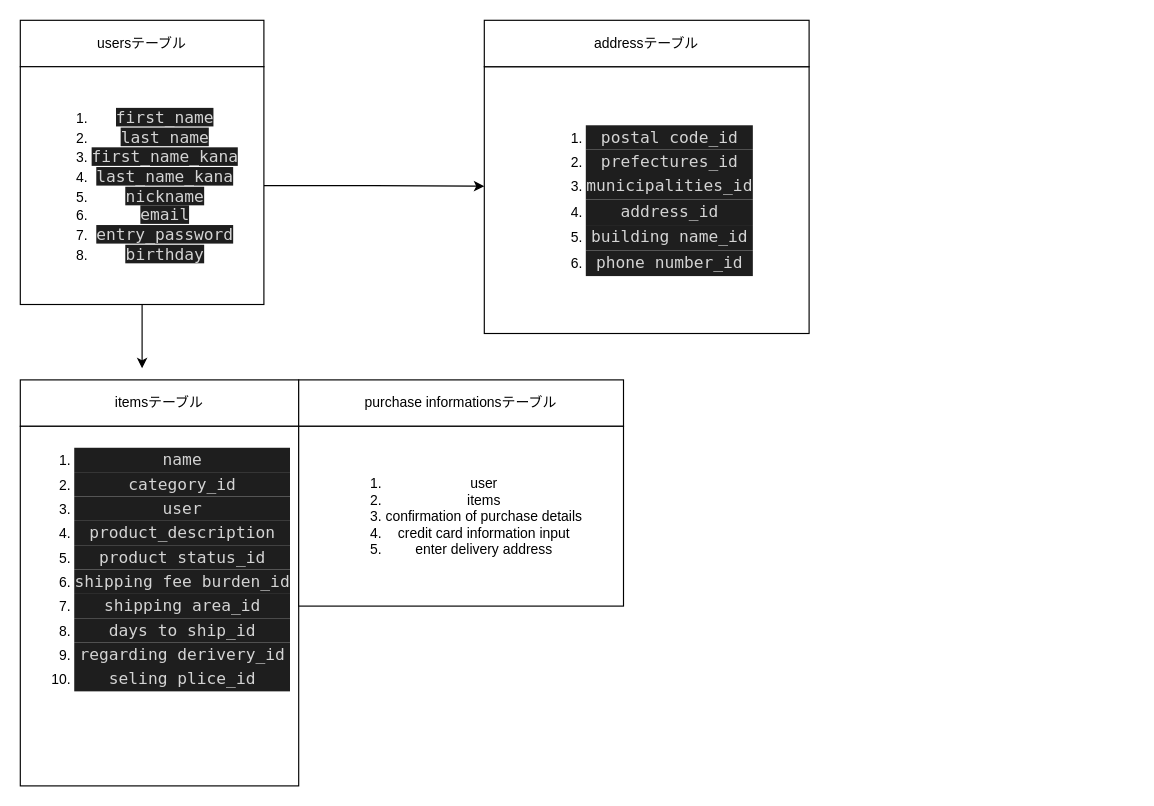
Before: test.dio in ma1sa007/furima-31981, a draw.io diagram. Source tidied: cells renumbered, new cells numbered last; positions are measured from the earlier drawing's top-left corner, leaving out a move shared by most shapes. Both pictures are drawn from the tidied source at 116%, with x=0, y=0 at pixel (20, 20).
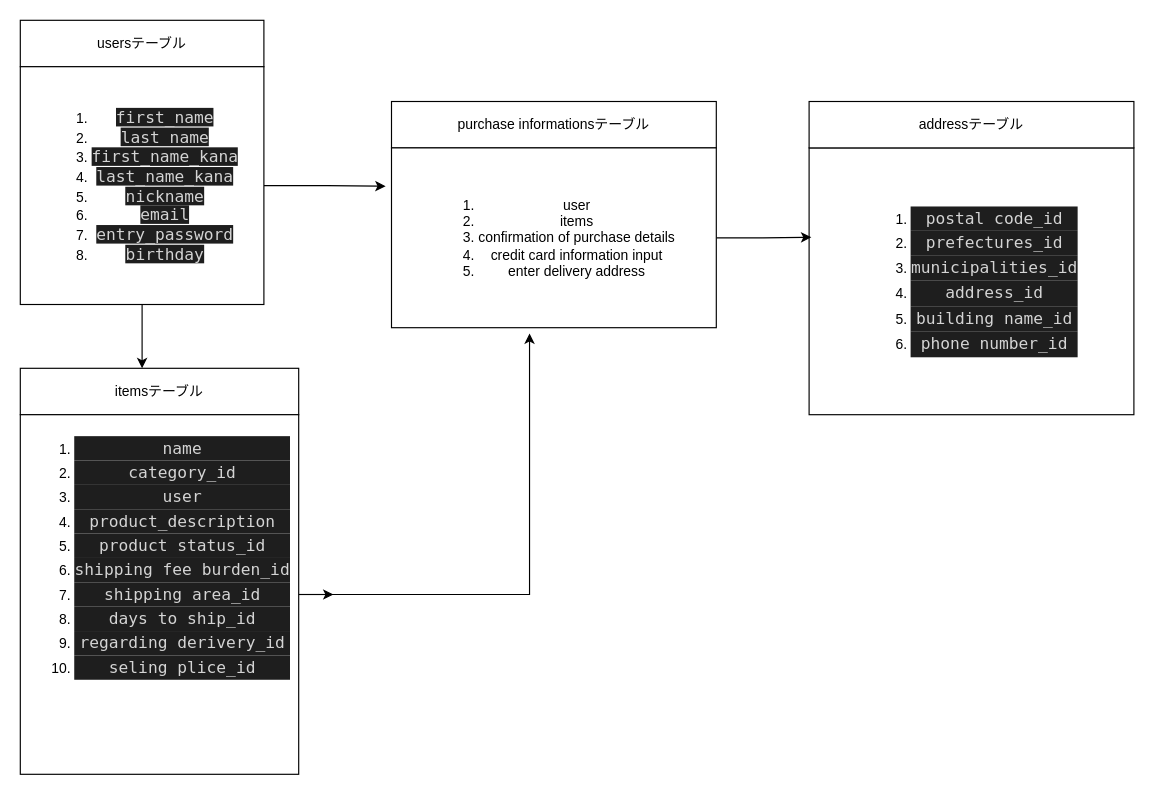
After the change.

Commit message:
テーブル設計１２

What changed in the source:
```diff
@@
 <mxGraphModel>
   <root>
     <mxCell id="0" />
     <mxCell id="1" parent="0" />
     <mxCell id="2" style="edgeStyle=orthogonalEdgeStyle;rounded=0;jettySize=auto;html=1;" parent="1" edge="1" source="3" target="6">
       <mxGeometry relative="1" as="geometry" />
     </mxCell>
     <mxCell id="3" value="usersテーブル" style="rounded=0;whiteSpace=wrap;html=1;sketch=0;" parent="1" vertex="1">
       <mxGeometry width="210" height="40" as="geometry" />
     </mxCell>
     <mxCell id="4" style="edgeStyle=orthogonalEdgeStyle;rounded=0;jettySize=auto;html=1;" parent="1" edge="1" source="6">
       <mxGeometry relative="1" as="geometry">
         <mxPoint x="105" y="300" as="targetPoint" />
       </mxGeometry>
     </mxCell>
-    <mxCell id="5" style="edgeStyle=orthogonalEdgeStyle;rounded=0;jettySize=auto;html=1;entryX=0;entryY=0.448;entryDx=0;entryDy=0;entryPerimeter=0;" parent="1" edge="1" source="6" target="9">
-      <mxGeometry relative="1" as="geometry" />
-    </mxCell>
+    <mxCell id="13" style="edgeStyle=orthogonalEdgeStyle;rounded=0;jettySize=auto;html=1;entryX=-0.018;entryY=0.213;entryDx=0;entryDy=0;entryPerimeter=0;" parent="1" edge="1" source="6" target="12">
+      <mxGeometry relative="1" as="geometry" />
+    </mxCell>
     <mxCell id="6" value="&lt;ol&gt;&lt;li&gt;&lt;font color=&quot;#d4d4d4&quot; face=&quot;ricty diminished, menlo, monaco, courier new, monospace&quot;&gt;&lt;span style=&quot;font-size: 14px ; background-color: rgb(30 , 30 , 30)&quot;&gt;first_name&lt;/span&gt;&lt;/font&gt;&lt;/li&gt;&lt;li&gt;&lt;font color=&quot;#d4d4d4&quot; face=&quot;ricty diminished, menlo, monaco, courier new, monospace&quot;&gt;&lt;span style=&quot;font-size: 14px ; background-color: rgb(30 , 30 , 30)&quot;&gt;last_name&lt;/span&gt;&lt;/font&gt;&lt;/li&gt;&lt;li&gt;&lt;font color=&quot;#d4d4d4&quot; face=&quot;ricty diminished, menlo, monaco, courier new, monospace&quot;&gt;&lt;span style=&quot;font-size: 14px ; background-color: rgb(30 , 30 , 30)&quot;&gt;first_name_kana&lt;/span&gt;&lt;/font&gt;&lt;/li&gt;&lt;li&gt;&lt;font color=&quot;#d4d4d4&quot; face=&quot;ricty diminished, menlo, monaco, courier new, monospace&quot;&gt;&lt;span style=&quot;font-size: 14px ; background-color: rgb(30 , 30 , 30)&quot;&gt;last_name_kana&lt;/span&gt;&lt;/font&gt;&lt;/li&gt;&lt;li&gt;&lt;font color=&quot;#d4d4d4&quot; face=&quot;ricty diminished, menlo, monaco, courier new, monospace&quot;&gt;&lt;span style=&quot;font-size: 14px ; background-color: rgb(30 , 30 , 30)&quot;&gt;nickname&lt;/span&gt;&lt;/font&gt;&lt;/li&gt;&lt;li&gt;&lt;font color=&quot;#d4d4d4&quot; face=&quot;ricty diminished, menlo, monaco, courier new, monospace&quot;&gt;&lt;span style=&quot;font-size: 14px ; background-color: rgb(30 , 30 , 30)&quot;&gt;email&lt;/span&gt;&lt;/font&gt;&lt;/li&gt;&lt;li&gt;&lt;font color=&quot;#d4d4d4&quot; face=&quot;ricty diminished, menlo, monaco, courier new, monospace&quot;&gt;&lt;span style=&quot;font-size: 14px ; background-color: rgb(30 , 30 , 30)&quot;&gt;entry_password&lt;/span&gt;&lt;/font&gt;&lt;/li&gt;&lt;li&gt;&lt;font color=&quot;#d4d4d4&quot; face=&quot;ricty diminished, menlo, monaco, courier new, monospace&quot;&gt;&lt;span style=&quot;font-size: 14px ; background-color: rgb(30 , 30 , 30)&quot;&gt;birthday&lt;/span&gt;&lt;/font&gt;&lt;/li&gt;&lt;/ol&gt;" style="rounded=0;whiteSpace=wrap;html=1;sketch=0;" parent="1" vertex="1">
       <mxGeometry y="40" width="210" height="205" as="geometry" />
     </mxCell>
     <mxCell id="7" value="itemsテーブル" style="rounded=0;whiteSpace=wrap;html=1;sketch=0;" parent="1" vertex="1">
-      <mxGeometry y="310" width="240" height="40" as="geometry" />
+      <mxGeometry y="300" width="240" height="40" as="geometry" />
     </mxCell>
+    <mxCell id="14" style="edgeStyle=orthogonalEdgeStyle;rounded=0;jettySize=auto;html=1;" parent="1" edge="1" source="8">
+      <mxGeometry relative="1" as="geometry">
+        <mxPoint x="270" y="495" as="targetPoint" />
+      </mxGeometry>
+    </mxCell>
+    <mxCell id="15" style="edgeStyle=orthogonalEdgeStyle;rounded=0;jettySize=auto;html=1;entryX=0.425;entryY=1.032;entryDx=0;entryDy=0;entryPerimeter=0;" parent="1" edge="1" source="8" target="12">
+      <mxGeometry relative="1" as="geometry" />
+    </mxCell>
     <mxCell id="8" value="&lt;ol&gt;&lt;li&gt;&lt;div style=&quot;color: rgb(212 , 212 , 212) ; background-color: rgb(30 , 30 , 30) ; font-family: &amp;#34;ricty diminished&amp;#34; , &amp;#34;menlo&amp;#34; , &amp;#34;monaco&amp;#34; , &amp;#34;courier new&amp;#34; , monospace ; font-size: 14px ; line-height: 21px&quot;&gt;name&lt;/div&gt;&lt;/li&gt;&lt;li&gt;&lt;div style=&quot;color: rgb(212 , 212 , 212) ; background-color: rgb(30 , 30 , 30) ; font-family: &amp;#34;ricty diminished&amp;#34; , &amp;#34;menlo&amp;#34; , &amp;#34;monaco&amp;#34; , &amp;#34;courier new&amp;#34; , monospace ; font-size: 14px ; line-height: 21px&quot;&gt;category_id&lt;/div&gt;&lt;/li&gt;&lt;li&gt;&lt;div style=&quot;color: rgb(212 , 212 , 212) ; background-color: rgb(30 , 30 , 30) ; font-family: &amp;#34;ricty diminished&amp;#34; , &amp;#34;menlo&amp;#34; , &amp;#34;monaco&amp;#34; , &amp;#34;courier new&amp;#34; , monospace ; font-size: 14px ; line-height: 21px&quot;&gt;user&lt;/div&gt;&lt;/li&gt;&lt;li&gt;&lt;div style=&quot;color: rgb(212 , 212 , 212) ; background-color: rgb(30 , 30 , 30) ; font-family: &amp;#34;ricty diminished&amp;#34; , &amp;#34;menlo&amp;#34; , &amp;#34;monaco&amp;#34; , &amp;#34;courier new&amp;#34; , monospace ; font-size: 14px ; line-height: 21px&quot;&gt;product_description&lt;/div&gt;&lt;/li&gt;&lt;li&gt;&lt;div style=&quot;color: rgb(212 , 212 , 212) ; background-color: rgb(30 , 30 , 30) ; font-family: &amp;#34;ricty diminished&amp;#34; , &amp;#34;menlo&amp;#34; , &amp;#34;monaco&amp;#34; , &amp;#34;courier new&amp;#34; , monospace ; font-size: 14px ; line-height: 21px&quot;&gt;product status_id&lt;/div&gt;&lt;/li&gt;&lt;li&gt;&lt;div style=&quot;color: rgb(212 , 212 , 212) ; background-color: rgb(30 , 30 , 30) ; font-family: &amp;#34;ricty diminished&amp;#34; , &amp;#34;menlo&amp;#34; , &amp;#34;monaco&amp;#34; , &amp;#34;courier new&amp;#34; , monospace ; font-size: 14px ; line-height: 21px&quot;&gt;shipping fee burden_id&lt;/div&gt;&lt;/li&gt;&lt;li&gt;&lt;div style=&quot;color: rgb(212 , 212 , 212) ; background-color: rgb(30 , 30 , 30) ; font-family: &amp;#34;ricty diminished&amp;#34; , &amp;#34;menlo&amp;#34; , &amp;#34;monaco&amp;#34; , &amp;#34;courier new&amp;#34; , monospace ; font-size: 14px ; line-height: 21px&quot;&gt;shipping area_id&lt;/div&gt;&lt;/li&gt;&lt;li&gt;&lt;div style=&quot;color: rgb(212 , 212 , 212) ; background-color: rgb(30 , 30 , 30) ; font-family: &amp;#34;ricty diminished&amp;#34; , &amp;#34;menlo&amp;#34; , &amp;#34;monaco&amp;#34; , &amp;#34;courier new&amp;#34; , monospace ; font-size: 14px ; line-height: 21px&quot;&gt;days to ship_id&lt;/div&gt;&lt;/li&gt;&lt;li&gt;&lt;div style=&quot;color: rgb(212 , 212 , 212) ; background-color: rgb(30 , 30 , 30) ; font-family: &amp;#34;ricty diminished&amp;#34; , &amp;#34;menlo&amp;#34; , &amp;#34;monaco&amp;#34; , &amp;#34;courier new&amp;#34; , monospace ; font-size: 14px ; line-height: 21px&quot;&gt;regarding derivery_id&lt;/div&gt;&lt;/li&gt;&lt;li&gt;&lt;div style=&quot;color: rgb(212 , 212 , 212) ; background-color: rgb(30 , 30 , 30) ; font-family: &amp;#34;ricty diminished&amp;#34; , &amp;#34;menlo&amp;#34; , &amp;#34;monaco&amp;#34; , &amp;#34;courier new&amp;#34; , monospace ; font-size: 14px ; line-height: 21px&quot;&gt;seling plice_id&lt;/div&gt;&lt;/li&gt;&lt;/ol&gt;" style="rounded=0;whiteSpace=wrap;html=1;sketch=0;align=center;verticalAlign=top;" parent="1" vertex="1">
-      <mxGeometry y="350" width="240" height="310" as="geometry" />
+      <mxGeometry y="340" width="240" height="310" as="geometry" />
     </mxCell>
     <mxCell id="9" value="&lt;ol&gt;&lt;li&gt;&lt;div style=&quot;color: rgb(212 , 212 , 212) ; background-color: rgb(30 , 30 , 30) ; font-family: &amp;#34;ricty diminished&amp;#34; , &amp;#34;menlo&amp;#34; , &amp;#34;monaco&amp;#34; , &amp;#34;courier new&amp;#34; , monospace ; font-size: 14px ; line-height: 21px&quot;&gt;postal code_id&lt;/div&gt;&lt;/li&gt;&lt;li&gt;&lt;div style=&quot;color: rgb(212 , 212 , 212) ; background-color: rgb(30 , 30 , 30) ; font-family: &amp;#34;ricty diminished&amp;#34; , &amp;#34;menlo&amp;#34; , &amp;#34;monaco&amp;#34; , &amp;#34;courier new&amp;#34; , monospace ; font-size: 14px ; line-height: 21px&quot;&gt;prefectures_id&lt;/div&gt;&lt;/li&gt;&lt;li&gt;&lt;div style=&quot;background-color: rgb(30 , 30 , 30) ; line-height: 21px&quot;&gt;&lt;font color=&quot;#d4d4d4&quot; face=&quot;ricty diminished, menlo, monaco, courier new, monospace&quot;&gt;&lt;span style=&quot;font-size: 14px&quot;&gt;municipalities_id&lt;/span&gt;&lt;/font&gt;&lt;br&gt;&lt;/div&gt;&lt;/li&gt;&lt;li&gt;&lt;div style=&quot;background-color: rgb(30 , 30 , 30) ; line-height: 21px&quot;&gt;&lt;font color=&quot;#d4d4d4&quot; face=&quot;ricty diminished, menlo, monaco, courier new, monospace&quot;&gt;&lt;span style=&quot;font-size: 14px&quot;&gt;address_id&lt;/span&gt;&lt;br&gt;&lt;/font&gt;&lt;/div&gt;&lt;/li&gt;&lt;li&gt;&lt;div style=&quot;background-color: rgb(30 , 30 , 30) ; line-height: 21px&quot;&gt;&lt;font color=&quot;#d4d4d4&quot; face=&quot;ricty diminished, menlo, monaco, courier new, monospace&quot;&gt;&lt;span style=&quot;font-size: 14px&quot;&gt;building name_id&lt;/span&gt;&lt;br&gt;&lt;/font&gt;&lt;/div&gt;&lt;/li&gt;&lt;li&gt;&lt;div style=&quot;background-color: rgb(30 , 30 , 30) ; line-height: 21px&quot;&gt;&lt;font color=&quot;#d4d4d4&quot; face=&quot;ricty diminished, menlo, monaco, courier new, monospace&quot;&gt;&lt;span style=&quot;font-size: 14px&quot;&gt;phone number_id&lt;/span&gt;&lt;br&gt;&lt;/font&gt;&lt;/div&gt;&lt;/li&gt;&lt;/ol&gt;" style="rounded=0;whiteSpace=wrap;html=1;sketch=0;align=center;labelPosition=center;verticalLabelPosition=middle;verticalAlign=middle;" parent="1" vertex="1">
-      <mxGeometry x="400" y="40" width="280" height="230" as="geometry" />
+      <mxGeometry x="680" y="110" width="280" height="230" as="geometry" />
     </mxCell>
     <mxCell id="10" value="addressテーブル" style="whiteSpace=wrap;html=1;rounded=0;sketch=0;align=center;" parent="1" vertex="1">
-      <mxGeometry x="400" width="280" height="40" as="geometry" />
+      <mxGeometry x="680" y="70" width="280" height="40" as="geometry" />
     </mxCell>
     <mxCell id="11" value="purchase informationsテーブル" style="whiteSpace=wrap;html=1;" parent="1" vertex="1">
-      <mxGeometry x="240" y="310" width="280" height="40" as="geometry" />
+      <mxGeometry x="320" y="70" width="280" height="40" as="geometry" />
     </mxCell>
+    <mxCell id="16" style="edgeStyle=orthogonalEdgeStyle;rounded=0;jettySize=auto;html=1;entryX=0.007;entryY=0.335;entryDx=0;entryDy=0;entryPerimeter=0;" parent="1" edge="1" source="12" target="9">
+      <mxGeometry relative="1" as="geometry" />
+    </mxCell>
     <mxCell id="12" value="&lt;ol&gt;&lt;li&gt;user&lt;/li&gt;&lt;li&gt;items&lt;/li&gt;&lt;li&gt;confirmation of purchase details&lt;br&gt;&lt;/li&gt;&lt;li&gt;credit card information input&lt;br&gt;&lt;/li&gt;&lt;li&gt;enter delivery address&lt;br&gt;&lt;/li&gt;&lt;/ol&gt;" style="whiteSpace=wrap;html=1;" parent="1" vertex="1">
-      <mxGeometry x="240" y="350" width="280" height="155" as="geometry" />
+      <mxGeometry x="320" y="110" width="280" height="155" as="geometry" />
     </mxCell>
   </root>
 </mxGraphModel>
```
